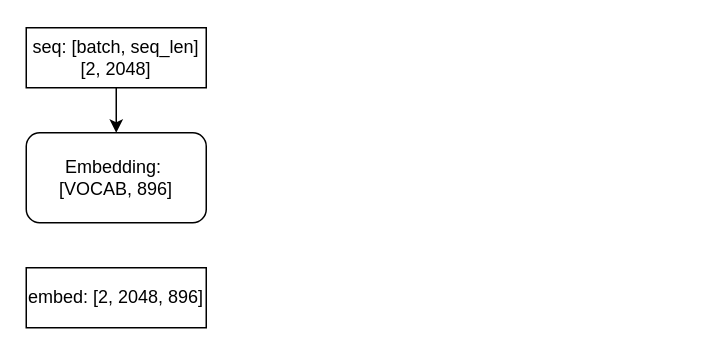
Earlier version of the draw.io diagram study/未命名绘图.drawio (KnowingNothing/ZSZ_Samples). Source tidied: cells renumbered, new cells numbered last; positions are measured from the earlier drawing's top-left corner, leaving out a move shared by most shapes. Both pictures are drawn from the tidied source at 150%, with x=0, y=0 at pixel (26, 27).
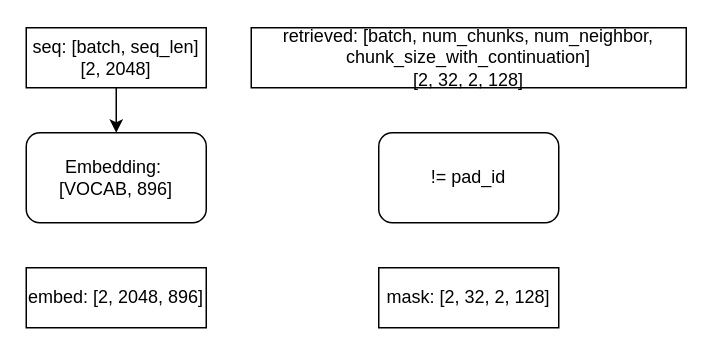
Above is the later version.

Commit message (it also covers changes not shown here):
更新未命名绘图.drawio

What changed in the source:
```diff
@@
 <mxGraphModel>
   <root>
     <mxCell id="0" />
     <mxCell id="1" parent="0" />
     <mxCell id="2" style="edgeStyle=orthogonalEdgeStyle;rounded=0;jettySize=auto;html=1;exitX=0.5;exitY=1;exitDx=0;exitDy=0;entryX=0.5;entryY=0;entryDx=0;entryDy=0;" parent="1" edge="1" source="3">
       <mxGeometry relative="1" as="geometry">
         <mxPoint x="60" y="70" as="targetPoint" />
       </mxGeometry>
     </mxCell>
     <mxCell id="3" value="seq: [batch, seq_len]&lt;br&gt;[2, 2048]" style="rounded=0;whiteSpace=wrap;html=1;" parent="1" vertex="1">
       <mxGeometry width="120" height="40" as="geometry" />
     </mxCell>
     <mxCell id="4" value="embed: [2, 2048, 896]" style="rounded=0;whiteSpace=wrap;html=1;" parent="1" vertex="1">
       <mxGeometry y="160" width="120" height="40" as="geometry" />
     </mxCell>
     <mxCell id="5" value="Embedding:&amp;nbsp;&lt;br&gt;[VOCAB, 896]" style="rounded=1;whiteSpace=wrap;html=1;" parent="1" vertex="1">
       <mxGeometry y="70" width="120" height="60" as="geometry" />
     </mxCell>
+    <mxCell id="6" value="retrieved: [batch, num_chunks, num_neighbor, chunk_size_with_continuation]&lt;br&gt;[2, 32, 2, 128]" style="rounded=0;whiteSpace=wrap;html=1;" parent="1" vertex="1">
+      <mxGeometry x="150" width="290" height="40" as="geometry" />
+    </mxCell>
+    <mxCell id="7" value="!= pad_id" style="rounded=1;whiteSpace=wrap;html=1;" parent="1" vertex="1">
+      <mxGeometry x="235" y="70" width="120" height="60" as="geometry" />
+    </mxCell>
+    <mxCell id="8" value="mask: [2, 32, 2, 128]" style="rounded=0;whiteSpace=wrap;html=1;" parent="1" vertex="1">
+      <mxGeometry x="235" y="160" width="120" height="40" as="geometry" />
+    </mxCell>
   </root>
 </mxGraphModel>
```
